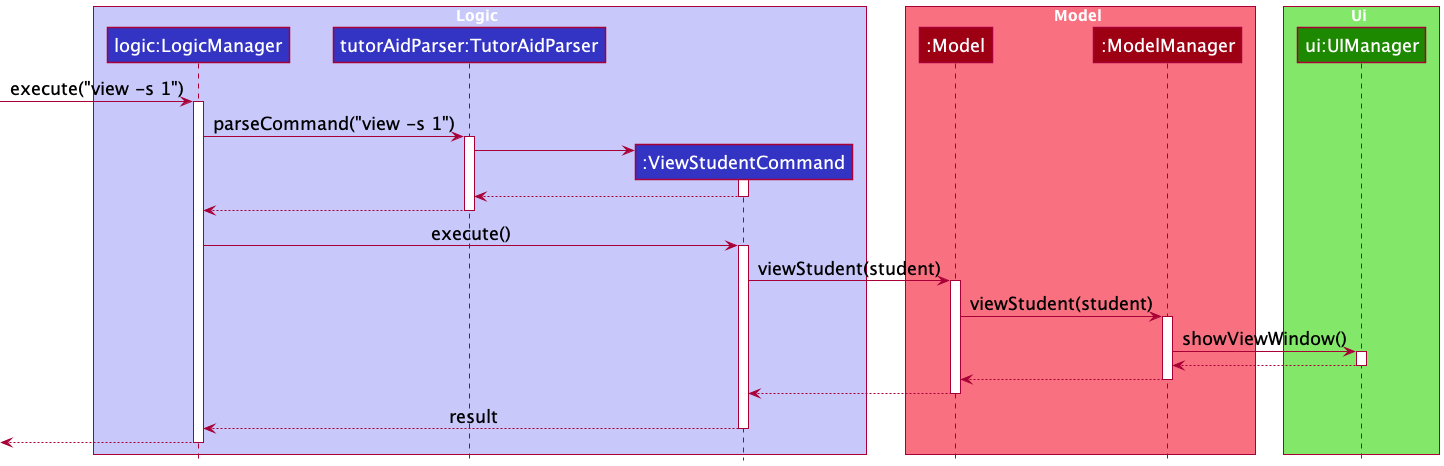
This is docs/images/ViewStudentSequenceDiagram.png from nus-cs2103-AY2122S1/tp, a PlantUML export, as it was before one commit.
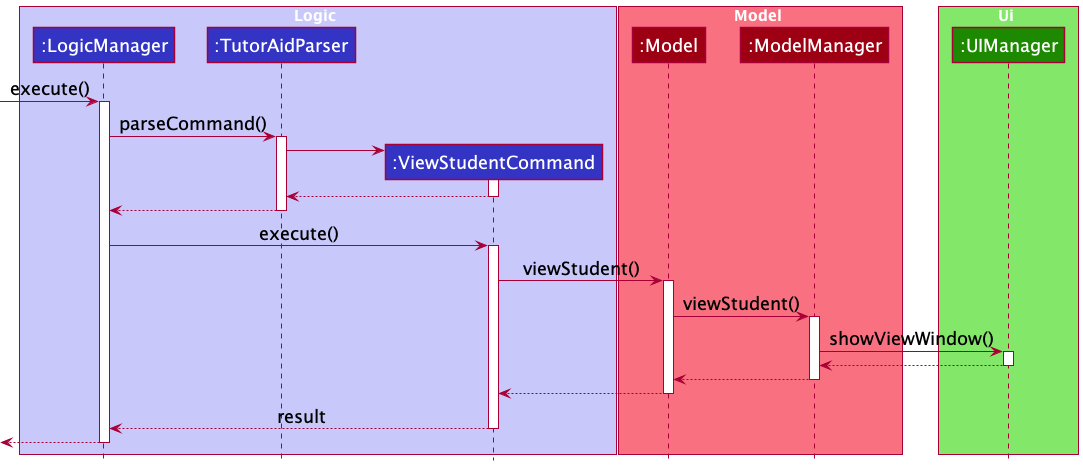
Above is the later version.

Commit message:
Update UML diagram

Change to the diagram source:
```diff
@@ -7,8 +7,8 @@
 skinparam defaultFontSize 18
 
 box Logic LOGIC_COLOR_T1
-participant "logic:LogicManager" as LogicManager LOGIC_COLOR
-participant "tutorAidParser:TutorAidParser" as TutorAidParser LOGIC_COLOR
+participant ":LogicManager" as LogicManager LOGIC_COLOR
+participant ":TutorAidParser" as TutorAidParser LOGIC_COLOR
 participant ":ViewStudentCommand" as ViewStudentCommand LOGIC_COLOR
 end box
 
@@ -18,13 +18,13 @@
 end box
 
 box Ui UI_COLOR_T1
-participant "ui:UIManager" as UIManager UI_COLOR
+participant ":UIManager" as UIManager UI_COLOR
 end box
 
-[-> LogicManager: execute("view -s 1")
+[-> LogicManager: execute()
 activate LogicManager
 
-LogicManager -> TutorAidParser: parseCommand("view -s 1")
+LogicManager -> TutorAidParser: parseCommand()
 activate TutorAidParser
 
 create ViewStudentCommand
@@ -40,10 +40,10 @@
 LogicManager -> ViewStudentCommand: execute()
 activate ViewStudentCommand
 
-ViewStudentCommand -> Model: viewStudent(student)
+ViewStudentCommand -> Model: viewStudent()
 activate Model
 
-Model -> ModelManager: viewStudent(student)
+Model -> ModelManager: viewStudent()
 activate ModelManager
 
 ModelManager -> UIManager: showViewWindow()
```
